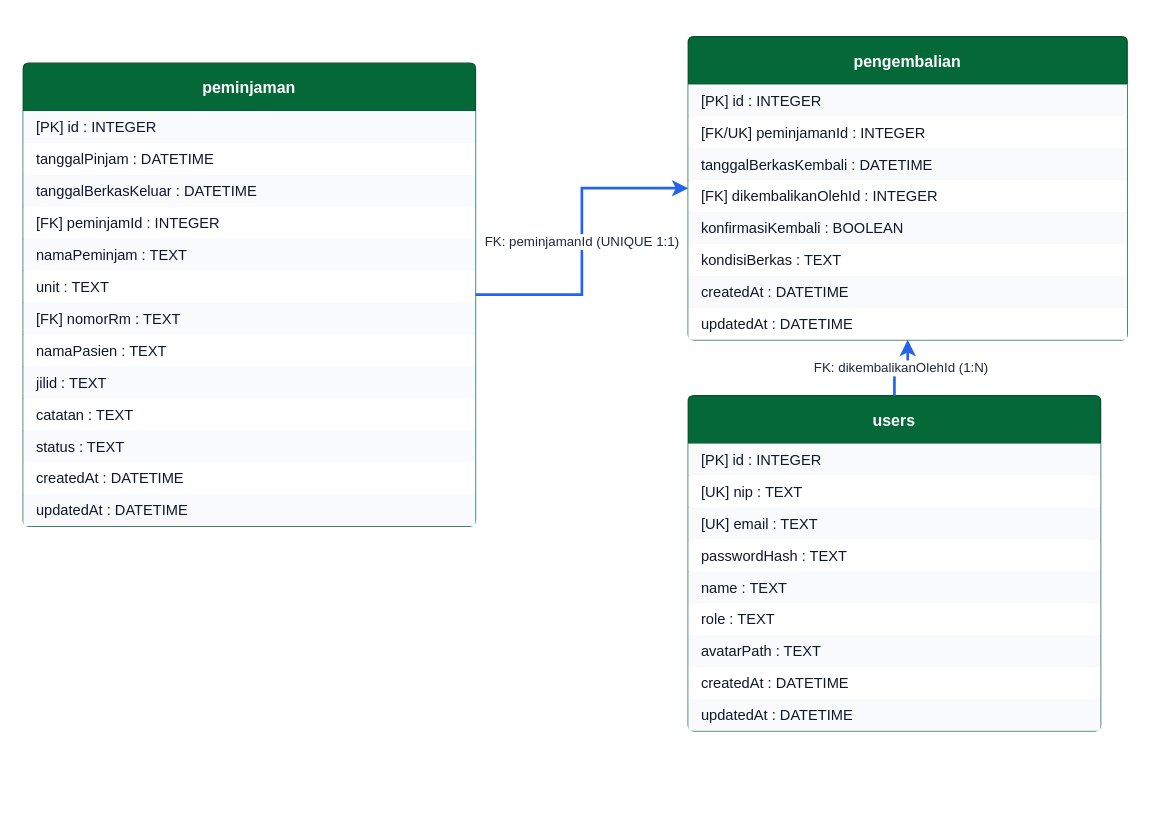
Before: docs/dokumentasi-project/assets/diagram-final/ERD/detail/ERD_Pengembalian.drawio in ghozahimma65/peminjaman-rm, a draw.io diagram. Source tidied: cells renumbered, new cells numbered last; positions are measured from the earlier drawing's top-left corner, leaving out a move shared by most shapes. Both pictures are drawn from the tidied source at 133%, with x=0, y=0 at pixel (23, 36).
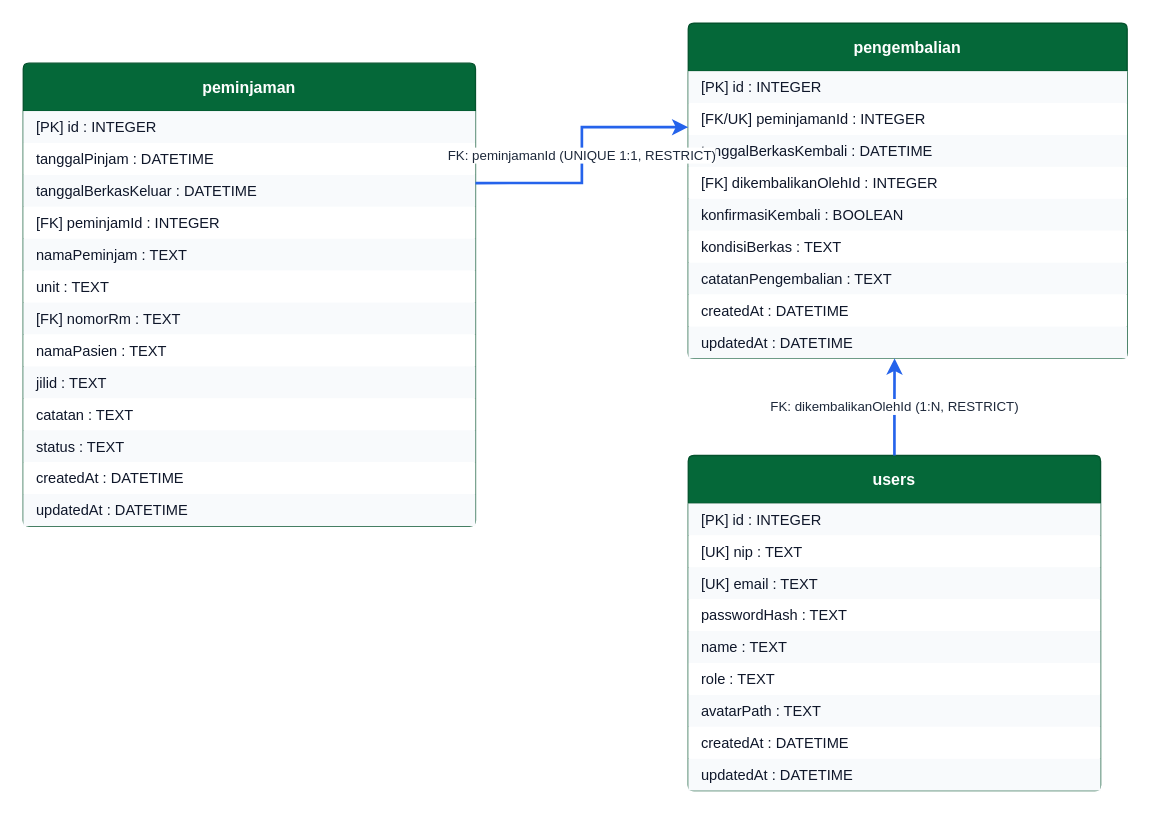
The same page after the edit.

The change refers to these unchanged cells:
```xml
<mxCell id="2" value="peminjaman" style="swimlane;fontStyle=1;horizontal=1;startSize=36;fillColor=#056839;fontColor=#ffffff;strokeColor=#04522d;rounded=1;arcSize=4;" parent="1" vertex="1">
  <mxGeometry y="20" width="340" height="348" as="geometry" />
</mxCell>
```

What changed in the source:
```diff
@@
     <mxCell id="16" value="pengembalian" style="swimlane;fontStyle=1;horizontal=1;startSize=36;fillColor=#056839;fontColor=#ffffff;strokeColor=#04522d;rounded=1;arcSize=4;" parent="1" vertex="1">
-      <mxGeometry x="500" width="330" height="228" as="geometry" />
+      <mxGeometry x="500" y="-10" width="330" height="252" as="geometry" />
     </mxCell>
@@
-    <mxCell id="23" value="createdAt : DATETIME" style="text;strokeColor=none;fillColor=#f8fafc;align=left;verticalAlign=middle;spacingLeft=8;spacingRight=8;overflow=hidden;fontColor=#0f172a;fontSize=11;" parent="16" vertex="1">
+    <mxCell id="23" value="catatanPengembalian : TEXT" style="text;strokeColor=none;fillColor=#f8fafc;align=left;verticalAlign=middle;spacingLeft=8;spacingRight=8;overflow=hidden;fontColor=#0f172a;fontSize=11;" parent="16" vertex="1">
       <mxGeometry y="180" width="330" height="24" as="geometry" />
     </mxCell>
-    <mxCell id="24" value="updatedAt : DATETIME" style="text;strokeColor=none;fillColor=#ffffff;align=left;verticalAlign=middle;spacingLeft=8;spacingRight=8;overflow=hidden;fontColor=#0f172a;fontSize=11;" parent="16" vertex="1">
+    <mxCell id="24" value="createdAt : DATETIME" style="text;strokeColor=none;fillColor=#ffffff;align=left;verticalAlign=middle;spacingLeft=8;spacingRight=8;overflow=hidden;fontColor=#0f172a;fontSize=11;" parent="16" vertex="1">
       <mxGeometry y="204" width="330" height="24" as="geometry" />
     </mxCell>
+    <mxCell id="37" value="updatedAt : DATETIME" style="text;strokeColor=none;fillColor=#f8fafc;align=left;verticalAlign=middle;spacingLeft=8;spacingRight=8;overflow=hidden;fontColor=#0f172a;fontSize=11;" parent="16" vertex="1">
+      <mxGeometry y="228" width="330" height="24" as="geometry" />
+    </mxCell>
     <mxCell id="25" value="users" style="swimlane;fontStyle=1;horizontal=1;startSize=36;fillColor=#056839;fontColor=#ffffff;strokeColor=#04522d;rounded=1;arcSize=4;" parent="1" vertex="1">
-      <mxGeometry x="500" y="270" width="310" height="252" as="geometry" />
+      <mxGeometry x="500" y="315" width="310" height="252" as="geometry" />
     </mxCell>
@@
-    <mxCell id="35" value="FK: peminjamanId (UNIQUE 1:1)" style="edgeStyle=orthogonalEdgeStyle;rounded=0;jettySize=auto;html=1;strokeColor=#2563eb;strokeWidth=2;fontSize=10;fontColor=#1e293b;" parent="1" edge="1" source="2" target="16">
-      <mxGeometry relative="1" as="geometry" />
+    <mxCell id="35" value="FK: peminjamanId (UNIQUE 1:1, RESTRICT)" style="edgeStyle=orthogonalEdgeStyle;rounded=0;jettySize=auto;html=1;exitX=1;exitY=0.259;exitDx=0;exitDy=0;entryX=0;entryY=0.31;entryDx=0;entryDy=0;strokeColor=#2563eb;strokeWidth=2;fontSize=10;fontColor=#1e293b;" parent="1" edge="1" source="2" target="16">
+      <mxGeometry relative="1" as="geometry">
+        <Array as="points">
+          <mxPoint x="420" y="110" />
+          <mxPoint x="420" y="68" />
+        </Array>
+      </mxGeometry>
     </mxCell>
-    <mxCell id="36" value="FK: dikembalikanOlehId (1:N)" style="edgeStyle=orthogonalEdgeStyle;rounded=0;jettySize=auto;html=1;strokeColor=#2563eb;strokeWidth=2;fontSize=10;fontColor=#1e293b;" parent="1" edge="1" source="25" target="16">
+    <mxCell id="36" value="FK: dikembalikanOlehId (1:N, RESTRICT)" style="edgeStyle=orthogonalEdgeStyle;rounded=0;jettySize=auto;html=1;exitX=0.5;exitY=0;exitDx=0;exitDy=0;entryX=0.47;entryY=1;entryDx=0;entryDy=0;strokeColor=#2563eb;strokeWidth=2;fontSize=10;fontColor=#1e293b;" parent="1" edge="1" source="25" target="16">
       <mxGeometry relative="1" as="geometry" />
     </mxCell>
```
